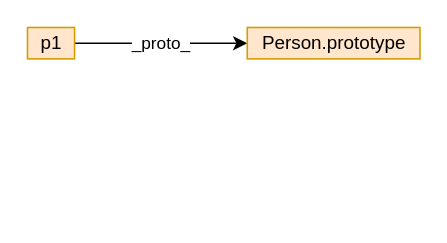
Earlier version of the draw.io diagram testCode/test.drawio (StrangeClow/leetcode_JS). Source tidied: cells renumbered, new cells numbered last; positions are measured from the earlier drawing's top-left corner, leaving out a move shared by most shapes. Both pictures are drawn from the tidied source at 157%, with x=0, y=0 at pixel (27, 27).
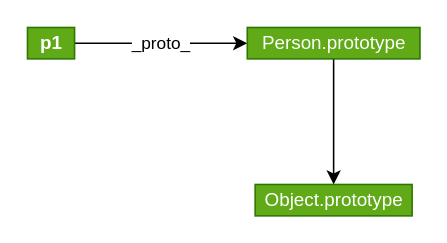
After the change.

Change to the diagram source:
```diff
@@
 <mxGraphModel>
   <root>
     <mxCell id="0" />
     <mxCell id="1" parent="0" />
     <mxCell id="2" value="_proto_" style="edgeStyle=orthogonalEdgeStyle;rounded=0;jettySize=auto;html=1;" parent="1" edge="1" source="3" target="4">
       <mxGeometry relative="1" as="geometry" />
     </mxCell>
-    <mxCell id="3" value="p1" style="text;html=1;align=center;verticalAlign=middle;points=[];fillColor=#ffe6cc;strokeColor=#d79b00;" parent="1" vertex="1">
+    <mxCell id="3" value="&lt;b&gt;p1&lt;/b&gt;" style="text;html=1;align=center;verticalAlign=middle;points=[];fillColor=#60a917;strokeColor=#2D7600;fontColor=#ffffff;" parent="1" vertex="1">
       <mxGeometry width="30" height="20" as="geometry" />
     </mxCell>
+    <mxCell id="5" style="edgeStyle=orthogonalEdgeStyle;rounded=0;jettySize=auto;html=1;" parent="1" edge="1" source="4" target="6">
+      <mxGeometry relative="1" as="geometry" />
+    </mxCell>
-    <mxCell id="4" value="Person.prototype" style="text;html=1;align=center;verticalAlign=middle;points=[];fillColor=#ffe6cc;strokeColor=#d79b00;" parent="1" vertex="1">
+    <mxCell id="4" value="Person.prototype" style="text;html=1;align=center;verticalAlign=middle;points=[];fillColor=#60a917;strokeColor=#2D7600;fontColor=#ffffff;" parent="1" vertex="1">
       <mxGeometry x="140" width="110" height="20" as="geometry" />
     </mxCell>
+    <mxCell id="6" value="Object.prototype" style="text;html=1;align=center;verticalAlign=middle;points=[];fillColor=#60a917;strokeColor=#2D7600;fontColor=#ffffff;" parent="1" vertex="1">
+      <mxGeometry x="145" y="100" width="100" height="20" as="geometry" />
+    </mxCell>
   </root>
 </mxGraphModel>
```
